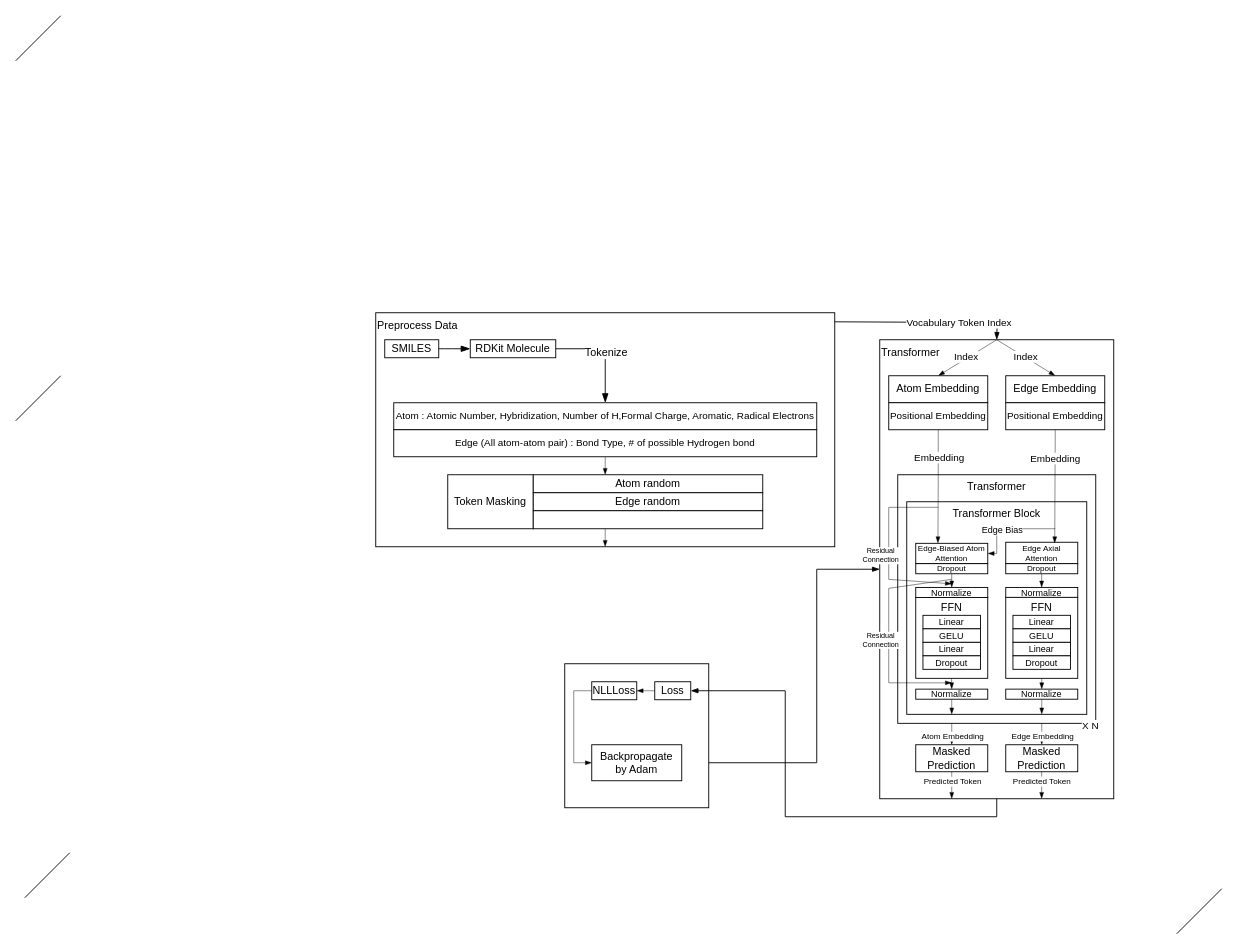
Before: ligemb_model_structure_2.drawio in rladbtls1998/public_temp, a draw.io diagram. Source tidied: cells renumbered, new cells numbered last; positions are measured from the earlier drawing's top-left corner, leaving out a move shared by most shapes. Both pictures are drawn from the tidied source at 90%, with x=0, y=0 at pixel (15, 15).
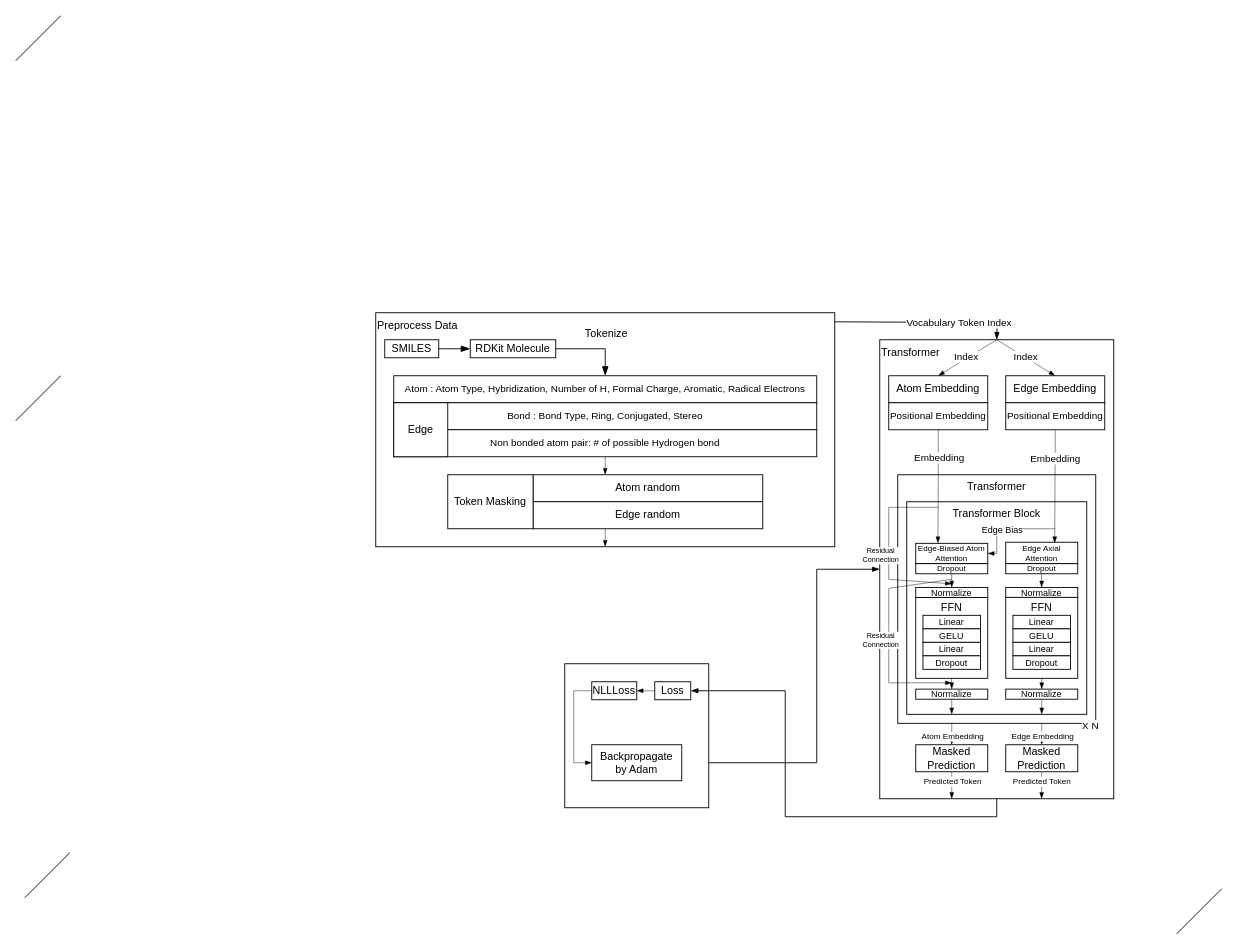
The same page after the edit.

Unchanged cells that the change refers to:
```xml
<mxCell id="63" style="group;" parent="1" vertex="1">
  <mxGeometry x="400" y="330" width="510" height="260" as="geometry" />
</mxCell>
<mxCell id="75" style="group;" parent="74" vertex="1">
  <mxGeometry width="350" height="60" as="geometry" />
</mxCell>
```

What changed in the source:
```diff
@@
-    <mxCell id="70" style="group;" parent="63" vertex="1">
-      <mxGeometry x="20" y="100" width="470" height="60" as="geometry" />
-    </mxCell>
-    <mxCell id="71" value="Atom : Atomic Number, Hybridization, Number of H,Formal Charge, Aromatic, Radical Electrons" style="rounded=0;whiteSpace=wrap;html=1;fontSize=11;" parent="70" vertex="1">
-      <mxGeometry width="470" height="30" as="geometry" />
-    </mxCell>
-    <mxCell id="72" style="edgeStyle=none;rounded=0;jettySize=auto;html=1;exitX=0.5;exitY=1;exitDx=0;exitDy=0;strokeColor=default;strokeWidth=0.5;align=center;verticalAlign=middle;fontFamily=Helvetica;fontSize=11;fontColor=default;labelBackgroundColor=default;endArrow=blockThin;endFill=1;" parent="70" edge="1" source="73">
-      <mxGeometry relative="1" as="geometry">
-        <mxPoint x="234.9" y="80" as="targetPoint" />
-      </mxGeometry>
-    </mxCell>
-    <mxCell id="73" value="Edge (All atom-atom pair) : Bond Type, # of possible Hydrogen bond" style="rounded=0;whiteSpace=wrap;html=1;fontSize=11;" parent="70" vertex="1">
-      <mxGeometry y="30" width="470" height="30" as="geometry" />
-    </mxCell>
@@
+    <mxCell id="96" style="group;" parent="75" vertex="1">
+      <mxGeometry x="95" width="255" height="60" as="geometry" />
+    </mxCell>
-    <mxCell id="77" value="Atom random" style="rounded=0;whiteSpace=wrap;html=1;" parent="75" vertex="1">
-      <mxGeometry x="95" width="255" height="20" as="geometry" />
+    <mxCell id="77" value="Atom random" style="rounded=0;whiteSpace=wrap;html=1;" parent="96" vertex="1">
+      <mxGeometry width="255" height="30" as="geometry" />
     </mxCell>
-    <mxCell id="78" value="Edge random" style="rounded=0;whiteSpace=wrap;html=1;" parent="75" vertex="1">
-      <mxGeometry x="95" y="20" width="255" height="20" as="geometry" />
+    <mxCell id="78" value="Edge random" style="rounded=0;whiteSpace=wrap;html=1;" parent="96" vertex="1">
+      <mxGeometry y="30" width="255" height="30" as="geometry" />
     </mxCell>
-    <mxCell id="79" style="rounded=0;whiteSpace=wrap;html=1;" parent="75" vertex="1">
-      <mxGeometry x="95" y="40" width="255" height="20" as="geometry" />
-    </mxCell>
@@
+    <mxCell id="97" style="group;" parent="63" vertex="1">
+      <mxGeometry x="20" y="70" width="470" height="90" as="geometry" />
+    </mxCell>
+    <mxCell id="71" value="Atom : Atom Type, Hybridization, Number of H, Formal Charge, Aromatic, Radical Electrons" style="rounded=0;whiteSpace=wrap;html=1;fontSize=11;" parent="97" vertex="1">
+      <mxGeometry width="470" height="30" as="geometry" />
+    </mxCell>
+    <mxCell id="98" value="Bond : Bond Type,&amp;nbsp;Ring, Conjugated, Stereo" style="rounded=0;whiteSpace=wrap;html=1;fontSize=11;" parent="97" vertex="1">
+      <mxGeometry y="30" width="470" height="30" as="geometry" />
+    </mxCell>
+    <mxCell id="72" style="edgeStyle=none;rounded=0;jettySize=auto;html=1;exitX=0.5;exitY=1;exitDx=0;exitDy=0;strokeColor=default;strokeWidth=0.5;align=center;verticalAlign=middle;fontFamily=Helvetica;fontSize=11;fontColor=default;labelBackgroundColor=default;endArrow=blockThin;endFill=1;" parent="97" edge="1" source="73">
+      <mxGeometry relative="1" as="geometry">
+        <mxPoint x="234.9" y="110" as="targetPoint" />
+      </mxGeometry>
+    </mxCell>
+    <mxCell id="73" value="Non bonded atom pair: # of possible Hydrogen bond" style="rounded=0;whiteSpace=wrap;html=1;fontSize=11;" parent="97" vertex="1">
+      <mxGeometry y="60" width="470" height="30" as="geometry" />
+    </mxCell>
+    <mxCell id="99" value="Edge" style="rounded=0;whiteSpace=wrap;html=1;" parent="97" vertex="1">
+      <mxGeometry y="30" width="60" height="60" as="geometry" />
+    </mxCell>
```
